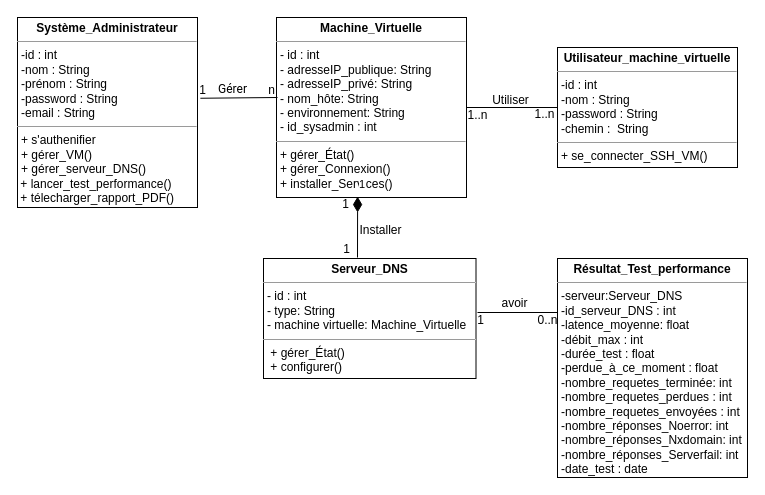
Above: DiagrammeClasseInterfaceTest.drawio in eya-harbaoui/Diagramms (draw.io), before the change. Source tidied: cells renumbered, new cells numbered last; positions are measured from the earlier drawing's top-left corner, leaving out a move shared by most shapes. Both pictures are drawn from the tidied source at 100%, with x=0, y=0 at pixel (17, 17).
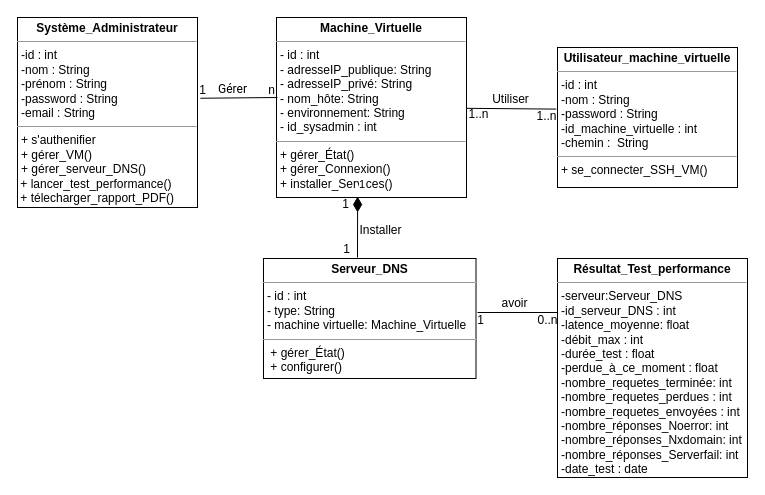
Above is the later version.

Commit message (it also covers changes not shown here):
Mettre à jour DiagrammeClasseInterfaceTest.drawio

The change refers to these unchanged cells:
```xml
<mxCell id="4" value="&lt;p style=&quot;margin:0px;margin-top:4px;text-align:center;&quot;&gt;&lt;b&gt;Machine_Virtuelle&lt;/b&gt;&lt;/p&gt;&lt;hr size=&quot;1&quot;&gt;&lt;p style=&quot;margin:0px;margin-left:4px;&quot;&gt;- id : int&lt;/p&gt;&lt;p style=&quot;margin:0px;margin-left:4px;&quot;&gt;- adresseIP_publique: String&lt;br&gt;&lt;/p&gt;&lt;p style=&quot;margin:0px;margin-left:4px;&quot;&gt;- adresseIP_privé: String&lt;br&gt;&lt;/p&gt;&lt;p style=&quot;margin:0px;margin-left:4px;&quot;&gt;- nom_hôte: String&lt;/p&gt;&lt;p style=&quot;margin:0px;margin-left:4px;&quot;&gt;- environnement: String&lt;br&gt;&lt;/p&gt;&lt;p style=&quot;margin:0px;margin-left:4px;&quot;&gt;- id_sysadmin : int&lt;/p&gt;&lt;hr size=&quot;1&quot;&gt;&lt;p style=&quot;margin:0px;margin-left:4px;&quot;&gt;+ gérer_État()&lt;/p&gt;&lt;p style=&quot;margin:0px;margin-left:4px;&quot;&gt;+ gérer_Connexion()&lt;/p&gt;&lt;p style=&quot;margin:0px;margin-left:4px;&quot;&gt;+ installer_Services()&lt;br&gt;&lt;/p&gt;" style="verticalAlign=top;align=left;overflow=fill;fontSize=12;fontFamily=Helvetica;html=1;rounded=0;shadow=0;comic=0;labelBackgroundColor=none;strokeWidth=1;" parent="1" vertex="1">
  <mxGeometry x="259" width="190" height="180" as="geometry" />
</mxCell>
```

The edit, as a diff of the source:
```diff
@@
-    <mxCell id="3" style="rounded=0;jettySize=auto;html=1;endArrow=none;endFill=0;" parent="1" edge="1" source="4" target="5">
+    <mxCell id="3" style="rounded=0;jettySize=auto;html=1;endArrow=none;endFill=0;entryX=-0.007;entryY=0.44;entryDx=0;entryDy=0;entryPerimeter=0;" parent="1" edge="1" source="4" target="5">
       <mxGeometry relative="1" as="geometry" />
     </mxCell>
@@
-    <mxCell id="5" value="&lt;p style=&quot;margin:0px;margin-top:4px;text-align:center;&quot;&gt;&lt;b&gt;Utilisateur_machine_virtuelle&lt;/b&gt;&lt;/p&gt;&lt;hr size=&quot;1&quot;&gt;&lt;p style=&quot;margin:0px;margin-left:4px;&quot;&gt;-id : int&lt;/p&gt;&lt;p style=&quot;margin:0px;margin-left:4px;&quot;&gt;-nom : String&lt;/p&gt;&lt;p style=&quot;margin:0px;margin-left:4px;&quot;&gt;-password : String&lt;/p&gt;&lt;p style=&quot;margin:0px;margin-left:4px;&quot;&gt;-chemin :&amp;nbsp; String&amp;nbsp;&lt;/p&gt;&lt;hr size=&quot;1&quot;&gt;&lt;p style=&quot;margin:0px;margin-left:4px;&quot;&gt;&lt;span style=&quot;forced-color-adjust: none; color: rgb(0, 0, 0); font-family: Helvetica; font-size: 12px; font-style: normal; font-variant-ligatures: normal; font-variant-caps: normal; font-weight: 400; letter-spacing: normal; orphans: 2; text-align: left; text-indent: 0px; text-transform: none; widows: 2; word-spacing: 0px; -webkit-text-stroke-width: 0px; white-space: normal; background-color: rgb(251, 251, 251); text-decoration-thickness: initial; text-decoration-style: initial; text-decoration-color: initial;&quot;&gt;&lt;/span&gt;&lt;/p&gt;&lt;p style=&quot;forced-color-adjust: none; color: rgb(0, 0, 0); font-family: Helvetica; font-size: 12px; font-style: normal; font-variant-ligatures: normal; font-variant-caps: normal; font-weight: 400; letter-spacing: normal; orphans: 2; text-align: left; text-indent: 0px; text-transform: none; widows: 2; word-spacing: 0px; -webkit-text-stroke-width: 0px; white-space: nowrap; text-decoration-thickness: initial; text-decoration-style: initial; text-decoration-color: initial; margin: 0px 0px 0px 4px;&quot;&gt;&lt;span style=&quot;forced-color-adjust: none; text-wrap: wrap;&quot;&gt;+ se_connecter_SSH_VM()&lt;/span&gt;&lt;/p&gt;" style="verticalAlign=top;align=left;overflow=fill;fontSize=12;fontFamily=Helvetica;html=1;rounded=0;shadow=0;comic=0;labelBackgroundColor=none;strokeWidth=1;" parent="1" vertex="1">
-      <mxGeometry x="540" y="30" width="180" height="120" as="geometry" />
+    <mxCell id="5" value="&lt;p style=&quot;margin:0px;margin-top:4px;text-align:center;&quot;&gt;&lt;b&gt;Utilisateur_machine_virtuelle&lt;/b&gt;&lt;/p&gt;&lt;hr size=&quot;1&quot;&gt;&lt;p style=&quot;margin:0px;margin-left:4px;&quot;&gt;-id : int&lt;/p&gt;&lt;p style=&quot;margin:0px;margin-left:4px;&quot;&gt;-nom : String&lt;/p&gt;&lt;p style=&quot;margin:0px;margin-left:4px;&quot;&gt;-password : String&lt;/p&gt;&lt;p style=&quot;margin:0px;margin-left:4px;&quot;&gt;-id_machine_virtuelle : int&lt;/p&gt;&lt;p style=&quot;margin:0px;margin-left:4px;&quot;&gt;-chemin :&amp;nbsp; String&amp;nbsp;&lt;/p&gt;&lt;hr size=&quot;1&quot;&gt;&lt;p style=&quot;margin:0px;margin-left:4px;&quot;&gt;&lt;span style=&quot;forced-color-adjust: none; color: rgb(0, 0, 0); font-family: Helvetica; font-size: 12px; font-style: normal; font-variant-ligatures: normal; font-variant-caps: normal; font-weight: 400; letter-spacing: normal; orphans: 2; text-align: left; text-indent: 0px; text-transform: none; widows: 2; word-spacing: 0px; -webkit-text-stroke-width: 0px; white-space: normal; background-color: rgb(251, 251, 251); text-decoration-thickness: initial; text-decoration-style: initial; text-decoration-color: initial;&quot;&gt;&lt;/span&gt;&lt;/p&gt;&lt;p style=&quot;forced-color-adjust: none; color: rgb(0, 0, 0); font-family: Helvetica; font-size: 12px; font-style: normal; font-variant-ligatures: normal; font-variant-caps: normal; font-weight: 400; letter-spacing: normal; orphans: 2; text-align: left; text-indent: 0px; text-transform: none; widows: 2; word-spacing: 0px; -webkit-text-stroke-width: 0px; white-space: nowrap; text-decoration-thickness: initial; text-decoration-style: initial; text-decoration-color: initial; margin: 0px 0px 0px 4px;&quot;&gt;&lt;span style=&quot;forced-color-adjust: none; text-wrap: wrap;&quot;&gt;+ se_connecter_SSH_VM()&lt;/span&gt;&lt;/p&gt;" style="verticalAlign=top;align=left;overflow=fill;fontSize=12;fontFamily=Helvetica;html=1;rounded=0;shadow=0;comic=0;labelBackgroundColor=none;strokeWidth=1;" parent="1" vertex="1">
+      <mxGeometry x="540" y="30" width="180" height="140" as="geometry" />
     </mxCell>
@@
     <mxCell id="20" value="Utiliser" style="text;html=1;align=center;verticalAlign=middle;strokeColor=none;fillColor=none;" parent="1" vertex="1">
-      <mxGeometry x="463" y="68" width="60" height="30" as="geometry" />
+      <mxGeometry x="463" y="67" width="60" height="30" as="geometry" />
     </mxCell>
     <mxCell id="21" value="1..n" style="text;html=1;align=center;verticalAlign=middle;strokeColor=none;fillColor=none;" parent="1" vertex="1">
-      <mxGeometry x="440" y="83" width="40" height="30" as="geometry" />
+      <mxGeometry x="441" y="82" width="40" height="30" as="geometry" />
     </mxCell>
     <mxCell id="22" value="1..n" style="text;html=1;align=center;verticalAlign=middle;strokeColor=none;fillColor=none;" parent="1" vertex="1">
-      <mxGeometry x="507" y="82" width="40" height="30" as="geometry" />
+      <mxGeometry x="508.5" y="84" width="40" height="30" as="geometry" />
     </mxCell>
```
